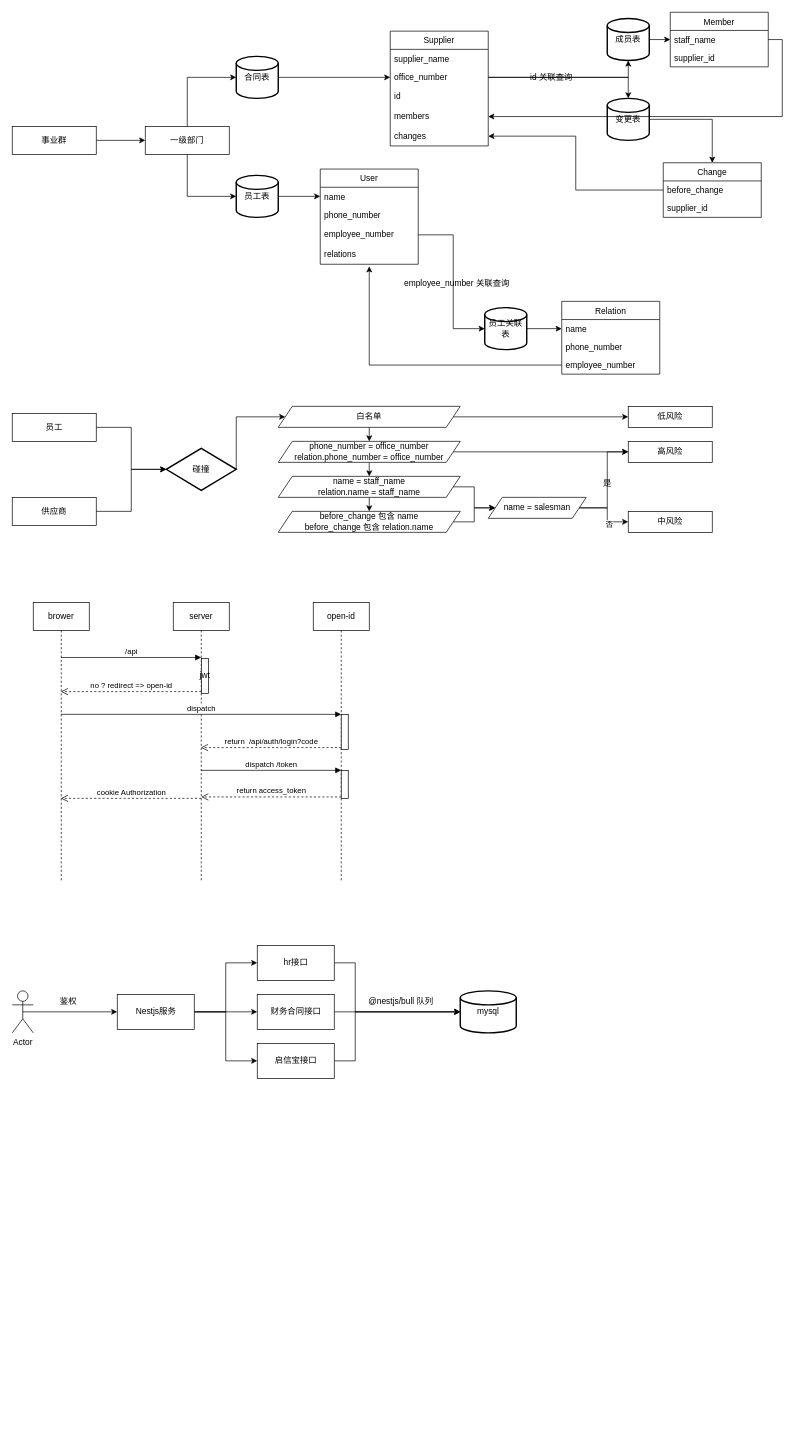
Above: 未命名绘图.drawio in leefinder/blogs (draw.io), before the change. Source tidied: cells renumbered, new cells numbered last; positions are measured from the earlier drawing's top-left corner, leaving out a move shared by most shapes. Both pictures are drawn from the tidied source at 70%, with x=0, y=0 at pixel (12, 12).
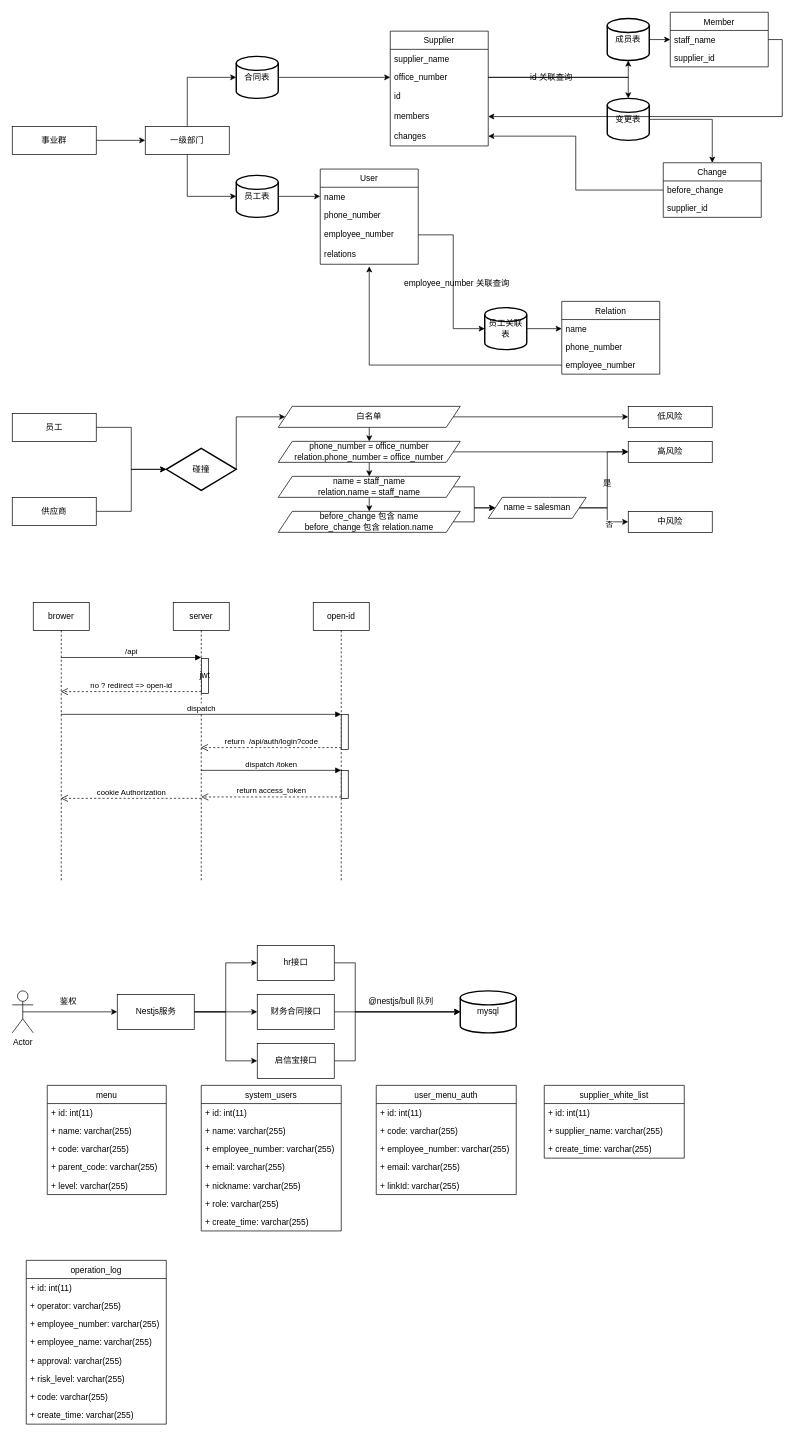
After the change.

Commit message (it also covers changes not shown here):
更新未命名绘图.drawio

Change to the diagram source:
```diff
@@
+    <mxCell id="99" value="menu" style="swimlane;fontStyle=0;horizontal=1;startSize=26;fillColor=none;" parent="1" vertex="1">
+      <mxGeometry x="50" y="1533" width="170" height="156" as="geometry" />
+    </mxCell>
+    <mxCell id="100" value="+ id: int(11)" style="text;strokeColor=none;fillColor=none;align=left;verticalAlign=top;spacingLeft=4;spacingRight=4;overflow=hidden;" parent="99" vertex="1">
+      <mxGeometry y="26" width="170" height="26" as="geometry" />
+    </mxCell>
+    <mxCell id="101" value="+ name: varchar(255)" style="text;strokeColor=none;fillColor=none;align=left;verticalAlign=top;spacingLeft=4;spacingRight=4;overflow=hidden;" parent="99" vertex="1">
+      <mxGeometry y="52" width="170" height="26" as="geometry" />
+    </mxCell>
+    <mxCell id="102" value="+ code: varchar(255)" style="text;strokeColor=none;fillColor=none;align=left;verticalAlign=top;spacingLeft=4;spacingRight=4;overflow=hidden;" parent="99" vertex="1">
+      <mxGeometry y="78" width="170" height="26" as="geometry" />
+    </mxCell>
+    <mxCell id="103" value="+ parent_code: varchar(255)" style="text;strokeColor=none;fillColor=none;align=left;verticalAlign=top;spacingLeft=4;spacingRight=4;overflow=hidden;" parent="99" vertex="1">
+      <mxGeometry y="104" width="170" height="26" as="geometry" />
+    </mxCell>
+    <mxCell id="104" value="+ level: varchar(255)" style="text;strokeColor=none;fillColor=none;align=left;verticalAlign=top;spacingLeft=4;spacingRight=4;overflow=hidden;" parent="99" vertex="1">
+      <mxGeometry y="130" width="170" height="26" as="geometry" />
+    </mxCell>
+    <mxCell id="105" value="system_users" style="swimlane;fontStyle=0;horizontal=1;startSize=26;fillColor=none;" parent="1" vertex="1">
+      <mxGeometry x="270" y="1533" width="200" height="208" as="geometry" />
+    </mxCell>
+    <mxCell id="106" value="+ id: int(11)" style="text;strokeColor=none;fillColor=none;align=left;verticalAlign=top;spacingLeft=4;spacingRight=4;overflow=hidden;" parent="105" vertex="1">
+      <mxGeometry y="26" width="200" height="26" as="geometry" />
+    </mxCell>
+    <mxCell id="107" value="+ name: varchar(255)" style="text;strokeColor=none;fillColor=none;align=left;verticalAlign=top;spacingLeft=4;spacingRight=4;overflow=hidden;" parent="105" vertex="1">
+      <mxGeometry y="52" width="200" height="26" as="geometry" />
+    </mxCell>
+    <mxCell id="108" value="+ employee_number: varchar(255)" style="text;strokeColor=none;fillColor=none;align=left;verticalAlign=top;spacingLeft=4;spacingRight=4;overflow=hidden;" parent="105" vertex="1">
+      <mxGeometry y="78" width="200" height="26" as="geometry" />
+    </mxCell>
+    <mxCell id="109" value="+ email: varchar(255)" style="text;strokeColor=none;fillColor=none;align=left;verticalAlign=top;spacingLeft=4;spacingRight=4;overflow=hidden;" parent="105" vertex="1">
+      <mxGeometry y="104" width="200" height="26" as="geometry" />
+    </mxCell>
+    <mxCell id="110" value="+ nickname: varchar(255)" style="text;strokeColor=none;fillColor=none;align=left;verticalAlign=top;spacingLeft=4;spacingRight=4;overflow=hidden;" parent="105" vertex="1">
+      <mxGeometry y="130" width="200" height="26" as="geometry" />
+    </mxCell>
+    <mxCell id="111" value="+ role: varchar(255)" style="text;strokeColor=none;fillColor=none;align=left;verticalAlign=top;spacingLeft=4;spacingRight=4;overflow=hidden;" parent="105" vertex="1">
+      <mxGeometry y="156" width="200" height="26" as="geometry" />
+    </mxCell>
+    <mxCell id="112" value="+ create_time: varchar(255)" style="text;strokeColor=none;fillColor=none;align=left;verticalAlign=top;spacingLeft=4;spacingRight=4;overflow=hidden;" parent="105" vertex="1">
+      <mxGeometry y="182" width="200" height="26" as="geometry" />
+    </mxCell>
+    <mxCell id="113" value="user_menu_auth" style="swimlane;fontStyle=0;horizontal=1;startSize=26;fillColor=none;" parent="1" vertex="1">
+      <mxGeometry x="520" y="1533" width="200" height="156" as="geometry" />
+    </mxCell>
+    <mxCell id="114" value="+ id: int(11)" style="text;strokeColor=none;fillColor=none;align=left;verticalAlign=top;spacingLeft=4;spacingRight=4;overflow=hidden;" parent="113" vertex="1">
+      <mxGeometry y="26" width="200" height="26" as="geometry" />
+    </mxCell>
+    <mxCell id="115" value="+ code: varchar(255)" style="text;strokeColor=none;fillColor=none;align=left;verticalAlign=top;spacingLeft=4;spacingRight=4;overflow=hidden;" parent="113" vertex="1">
+      <mxGeometry y="52" width="200" height="26" as="geometry" />
+    </mxCell>
+    <mxCell id="116" value="+ employee_number: varchar(255)" style="text;strokeColor=none;fillColor=none;align=left;verticalAlign=top;spacingLeft=4;spacingRight=4;overflow=hidden;" parent="113" vertex="1">
+      <mxGeometry y="78" width="200" height="26" as="geometry" />
+    </mxCell>
+    <mxCell id="117" value="+ email: varchar(255)" style="text;strokeColor=none;fillColor=none;align=left;verticalAlign=top;spacingLeft=4;spacingRight=4;overflow=hidden;" parent="113" vertex="1">
+      <mxGeometry y="104" width="200" height="26" as="geometry" />
+    </mxCell>
+    <mxCell id="118" value="+ linkId: varchar(255)" style="text;strokeColor=none;fillColor=none;align=left;verticalAlign=top;spacingLeft=4;spacingRight=4;overflow=hidden;" parent="113" vertex="1">
+      <mxGeometry y="130" width="200" height="26" as="geometry" />
+    </mxCell>
+    <mxCell id="119" value="supplier_white_list" style="swimlane;fontStyle=0;horizontal=1;startSize=26;fillColor=none;" parent="1" vertex="1">
+      <mxGeometry x="760" y="1533" width="200" height="104" as="geometry" />
+    </mxCell>
+    <mxCell id="120" value="+ id: int(11)" style="text;strokeColor=none;fillColor=none;align=left;verticalAlign=top;spacingLeft=4;spacingRight=4;overflow=hidden;" parent="119" vertex="1">
+      <mxGeometry y="26" width="200" height="26" as="geometry" />
+    </mxCell>
+    <mxCell id="121" value="+ supplier_name: varchar(255)" style="text;strokeColor=none;fillColor=none;align=left;verticalAlign=top;spacingLeft=4;spacingRight=4;overflow=hidden;" parent="119" vertex="1">
+      <mxGeometry y="52" width="200" height="26" as="geometry" />
+    </mxCell>
+    <mxCell id="122" value="+ create_time: varchar(255)" style="text;strokeColor=none;fillColor=none;align=left;verticalAlign=top;spacingLeft=4;spacingRight=4;overflow=hidden;" parent="119" vertex="1">
+      <mxGeometry y="78" width="200" height="26" as="geometry" />
+    </mxCell>
+    <mxCell id="123" value="operation_log" style="swimlane;fontStyle=0;horizontal=1;startSize=26;fillColor=none;" parent="1" vertex="1">
+      <mxGeometry x="20" y="1783" width="200" height="234" as="geometry" />
+    </mxCell>
+    <mxCell id="124" value="+ id: int(11)" style="text;strokeColor=none;fillColor=none;align=left;verticalAlign=top;spacingLeft=4;spacingRight=4;overflow=hidden;" parent="123" vertex="1">
+      <mxGeometry y="26" width="200" height="26" as="geometry" />
+    </mxCell>
+    <mxCell id="125" value="+ operator: varchar(255)" style="text;strokeColor=none;fillColor=none;align=left;verticalAlign=top;spacingLeft=4;spacingRight=4;overflow=hidden;" parent="123" vertex="1">
+      <mxGeometry y="52" width="200" height="26" as="geometry" />
+    </mxCell>
+    <mxCell id="126" value="+ employee_number: varchar(255)" style="text;strokeColor=none;fillColor=none;align=left;verticalAlign=top;spacingLeft=4;spacingRight=4;overflow=hidden;" parent="123" vertex="1">
+      <mxGeometry y="78" width="200" height="26" as="geometry" />
+    </mxCell>
+    <mxCell id="127" value="+ employee_name: varchar(255)" style="text;strokeColor=none;fillColor=none;align=left;verticalAlign=top;spacingLeft=4;spacingRight=4;overflow=hidden;" parent="123" vertex="1">
+      <mxGeometry y="104" width="200" height="26" as="geometry" />
+    </mxCell>
+    <mxCell id="128" value="+ approval: varchar(255)" style="text;strokeColor=none;fillColor=none;align=left;verticalAlign=top;spacingLeft=4;spacingRight=4;overflow=hidden;" parent="123" vertex="1">
+      <mxGeometry y="130" width="200" height="26" as="geometry" />
+    </mxCell>
+    <mxCell id="129" value="+ risk_level: varchar(255)" style="text;strokeColor=none;fillColor=none;align=left;verticalAlign=top;spacingLeft=4;spacingRight=4;overflow=hidden;" parent="123" vertex="1">
+      <mxGeometry y="156" width="200" height="26" as="geometry" />
+    </mxCell>
+    <mxCell id="130" value="+ code: varchar(255)" style="text;strokeColor=none;fillColor=none;align=left;verticalAlign=top;spacingLeft=4;spacingRight=4;overflow=hidden;" parent="123" vertex="1">
+      <mxGeometry y="182" width="200" height="26" as="geometry" />
+    </mxCell>
+    <mxCell id="131" value="+ create_time: varchar(255)" style="text;strokeColor=none;fillColor=none;align=left;verticalAlign=top;spacingLeft=4;spacingRight=4;overflow=hidden;" parent="123" vertex="1">
+      <mxGeometry y="208" width="200" height="26" as="geometry" />
+    </mxCell>
```
